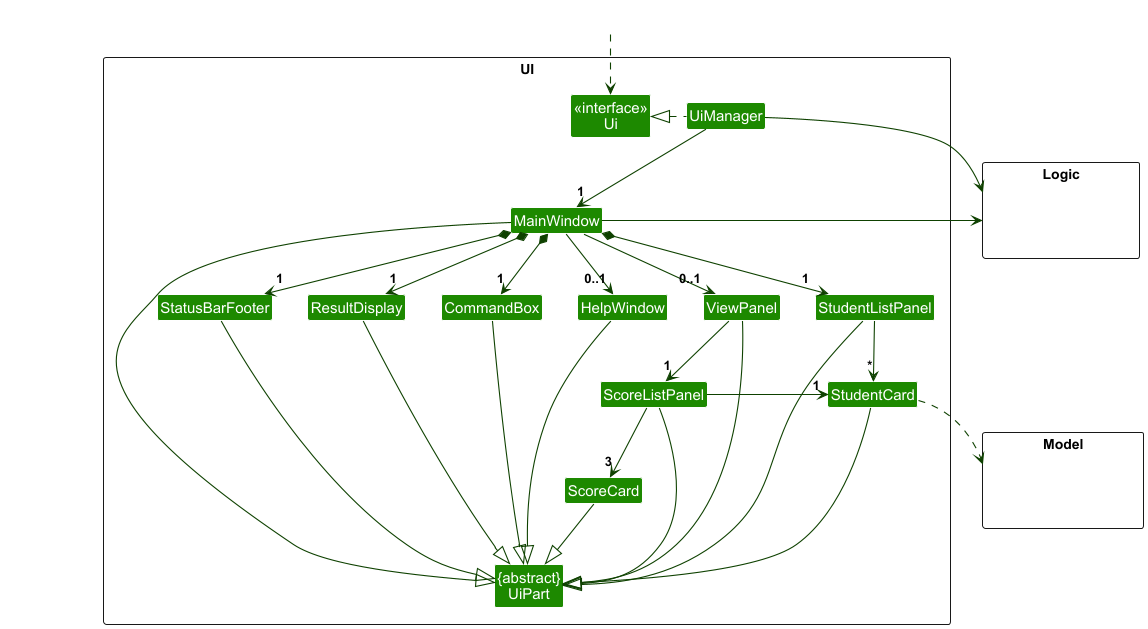
This is docs/images/UiClassDiagram.png from kailermai/tp, a PlantUML export, as it was before one commit.
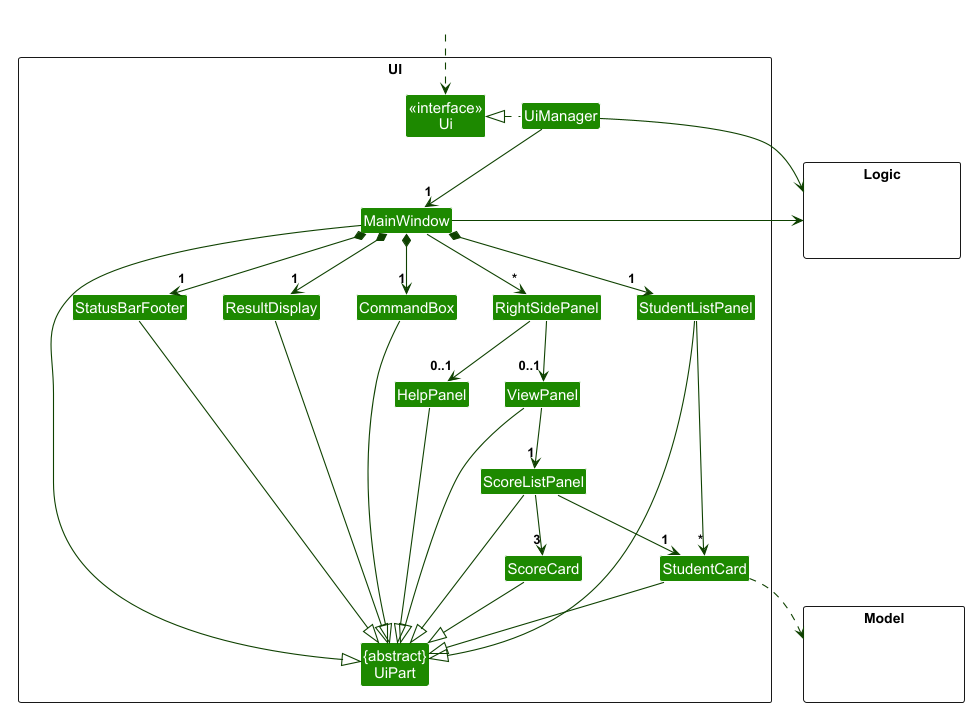
After the change.

Commit message:
Add HelpPanel to Ui UML

What changed in the source:
```diff
@@ -9,13 +9,14 @@
 Class "{abstract}\nUiPart" as UiPart
 Class UiManager
 Class MainWindow
-Class HelpWindow
 Class ResultDisplay
 Class StudentListPanel
 Class StudentCard
 Class StatusBarFooter
 Class CommandBox
 Class ViewPanel
+Class RightSidePanel
+Class HelpPanel
 Class ScoreListPanel
 Class ScoreCard
 }
@@ -37,14 +38,15 @@
 MainWindow *-down-> "1" ResultDisplay
 MainWindow *-down-> "1" StudentListPanel
 MainWindow *-down-> "1" StatusBarFooter
-MainWindow --> "0..1" HelpWindow
-MainWindow --> "0..1" ViewPanel
+MainWindow --> "*" RightSidePanel
+RightSidePanel --> "0..1" HelpPanel
+RightSidePanel --> "0..1" ViewPanel
 
 StudentListPanel -down-> "*" StudentCard
 
 ViewPanel -down-> "1" ScoreListPanel
 
-ScoreListPanel -right-> "1" StudentCard
+ScoreListPanel -down-> "1" StudentCard
 ScoreListPanel -down-> "3" ScoreCard
 
 MainWindow -left-|> UiPart
@@ -54,7 +56,7 @@
 StudentListPanel --|> UiPart
 StudentCard --|> UiPart
 StatusBarFooter --|> UiPart
-HelpWindow --|> UiPart
+HelpPanel --|> UiPart
 ViewPanel --|> UiPart
 ScoreListPanel --|> UiPart
 ScoreCard --|> UiPart
@@ -63,10 +65,12 @@
 UiManager -right-> Logic
 MainWindow -left-> Logic
 
-StudentListPanel -[hidden]left- HelpWindow
-HelpWindow -[hidden]left- CommandBox
+StudentListPanel -[hidden]left- RightSidePanel
+RightSidePanel -[hidden]left- CommandBox
+StudentListPanel -[hidden]left- RightSidePanel
 CommandBox -[hidden]left- ResultDisplay
 ResultDisplay -[hidden]left- StatusBarFooter
+ViewPanel -[hidden]left- HelpPanel
 
 MainWindow -[hidden]-|> UiPart
 @enduml
```
